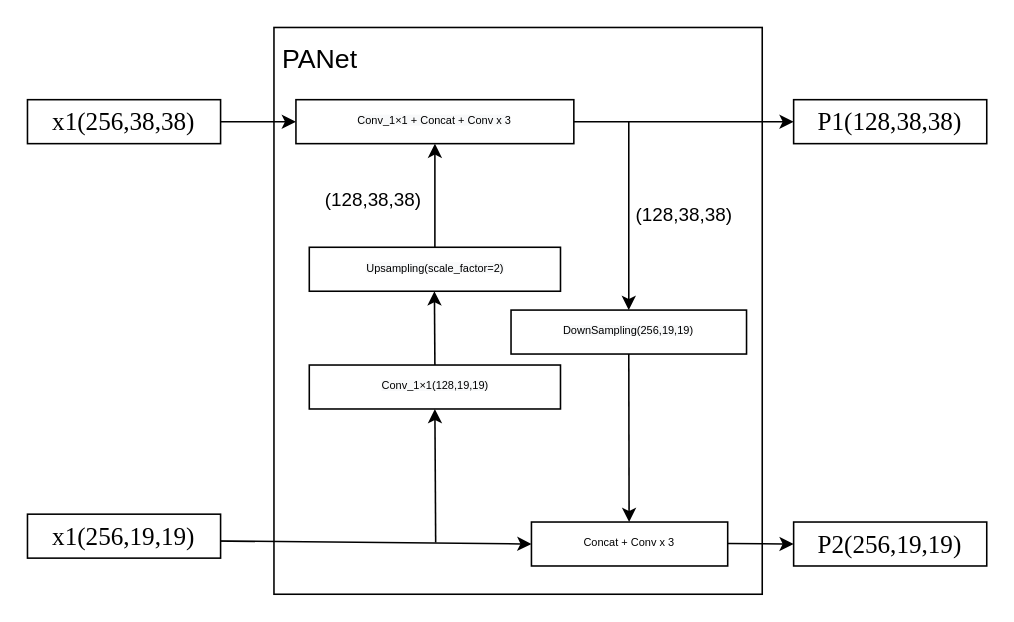
This is pan详细.drawio from zjie134/blog_pic, a draw.io file, before an edit. Source tidied: cells renumbered, new cells numbered last; positions are measured from the earlier drawing's top-left corner, leaving out a move shared by most shapes. Both pictures are drawn from the tidied source at 157%, with x=0, y=0 at pixel (27, 27).
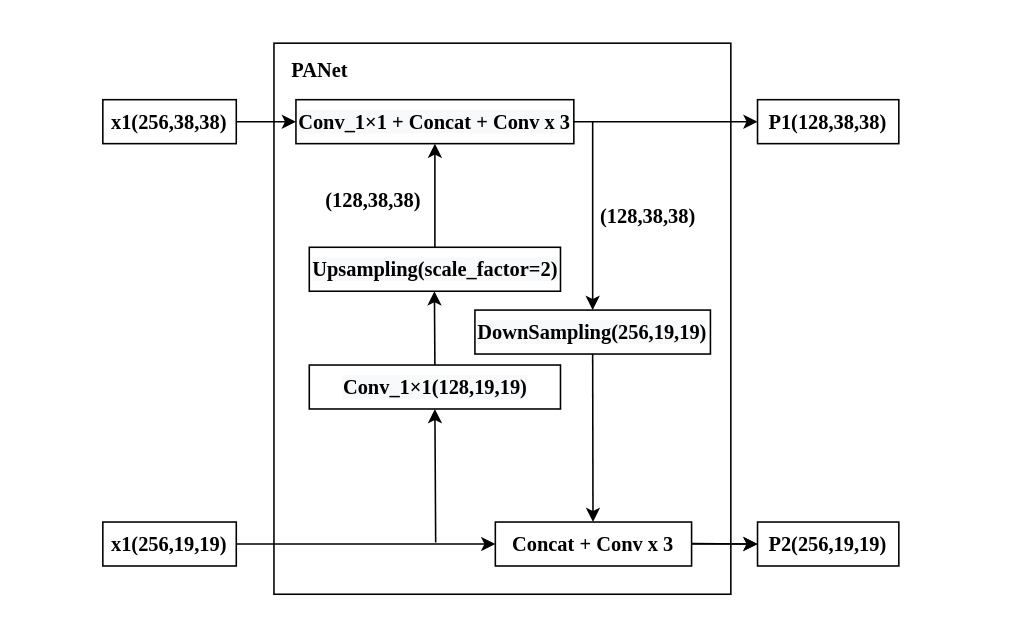
Above is the later version.

What changed in the source:
```diff
@@
-    <mxCell id="2" style="rounded=0;whiteSpace=wrap;html=1;strokeWidth=1;fontSize=7;" parent="1" vertex="1">
-      <mxGeometry x="157" width="311" height="361" as="geometry" />
+    <mxCell id="2" style="rounded=0;whiteSpace=wrap;html=1;strokeWidth=1;fontSize=13;fontFamily=Times New Roman;fontStyle=1;" parent="1" vertex="1">
+      <mxGeometry x="157" y="10" width="291" height="351" as="geometry" />
     </mxCell>
+    <mxCell id="24" style="edgeStyle=orthogonalEdgeStyle;rounded=0;jettySize=auto;html=1;fontFamily=Times New Roman;fontSize=13;" parent="1" edge="1" source="3" target="23">
+      <mxGeometry relative="1" as="geometry" />
+    </mxCell>
-    <mxCell id="3" value="&lt;font face=&quot;helvetica&quot;&gt;Concat + Conv x 3&lt;/font&gt;" style="rounded=0;whiteSpace=wrap;html=1;strokeWidth=1;fontSize=7;" parent="1" vertex="1">
-      <mxGeometry x="321" y="315" width="125" height="28" as="geometry" />
+    <mxCell id="3" value="&lt;font style=&quot;font-size: 13px;&quot;&gt;Concat + Conv x 3&lt;/font&gt;" style="rounded=0;whiteSpace=wrap;html=1;strokeWidth=1;fontSize=13;fontFamily=Times New Roman;fontStyle=1;" parent="1" vertex="1">
+      <mxGeometry x="298" y="315" width="125" height="28" as="geometry" />
     </mxCell>
-    <mxCell id="4" style="endArrow=classic;html=1;fontSize=7;entryX=0;entryY=0.5;entryDx=0;entryDy=0;exitX=1;exitY=0.5;exitDx=0;exitDy=0;" parent="1" edge="1" source="8" target="19">
+    <mxCell id="4" style="endArrow=classic;html=1;fontSize=13;entryX=0;entryY=0.5;entryDx=0;entryDy=0;exitX=1;exitY=0.5;exitDx=0;exitDy=0;fontFamily=Times New Roman;fontStyle=1;" parent="1" edge="1" source="8" target="19">
       <mxGeometry relative="1" as="geometry" />
     </mxCell>
-    <mxCell id="5" value="&lt;font style=&quot;font-size: 17px&quot;&gt;PANet&lt;/font&gt;" style="text;html=1;align=center;verticalAlign=middle;fillColor=none;strokeColor=none;rounded=0;fontSize=7;" parent="1" vertex="1">
-      <mxGeometry x="157" y="14" width="58" height="14" as="geometry" />
+    <mxCell id="5" value="&lt;font style=&quot;font-size: 13px;&quot;&gt;PANet&lt;/font&gt;" style="text;html=1;align=center;verticalAlign=middle;fillColor=none;strokeColor=none;rounded=0;fontSize=13;fontFamily=Times New Roman;fontStyle=1;" parent="1" vertex="1">
+      <mxGeometry x="161" y="17" width="50" height="20" as="geometry" />
     </mxCell>
-    <mxCell id="6" style="endArrow=classic;html=1;fontSize=7;entryX=0.5;entryY=1;entryDx=0;entryDy=0;" parent="1" edge="1" target="21">
+    <mxCell id="6" style="endArrow=classic;html=1;fontSize=13;entryX=0.5;entryY=1;entryDx=0;entryDy=0;fontFamily=Times New Roman;fontStyle=1;" parent="1" edge="1" target="21">
       <mxGeometry relative="1" as="geometry">
         <mxPoint x="260" y="328" as="sourcePoint" />
       </mxGeometry>
     </mxCell>
-    <mxCell id="7" value="&lt;span style=&quot;color: rgb(0 , 0 , 0) ; font-family: &amp;#34;helvetica&amp;#34; ; font-style: normal ; font-weight: 400 ; letter-spacing: normal ; text-align: center ; text-indent: 0px ; text-transform: none ; word-spacing: 0px ; background-color: rgb(248 , 249 , 250) ; display: inline ; float: none ; font-size: 7px&quot;&gt;&lt;font style=&quot;font-size: 7px&quot;&gt;Upsampling(scale_factor=2)&lt;/font&gt;&lt;/span&gt;" style="rounded=0;whiteSpace=wrap;html=1;strokeWidth=1;fontSize=7;" parent="1" vertex="1">
+    <mxCell id="7" value="&lt;span style=&quot;color: rgb(0, 0, 0); font-style: normal; letter-spacing: normal; text-align: center; text-indent: 0px; text-transform: none; word-spacing: 0px; background-color: rgb(248, 249, 250); display: inline; float: none; font-size: 13px;&quot;&gt;&lt;font style=&quot;font-size: 13px;&quot;&gt;Upsampling(scale_factor=2)&lt;/font&gt;&lt;/span&gt;" style="rounded=0;whiteSpace=wrap;html=1;strokeWidth=1;fontSize=13;fontFamily=Times New Roman;fontStyle=1;" parent="1" vertex="1">
       <mxGeometry x="179.5" y="140" width="160" height="28" as="geometry" />
     </mxCell>
-    <mxCell id="8" value="&lt;span style=&quot;color: rgb(0 , 0 , 0) ; font-family: &amp;#34;helvetica&amp;#34; ; font-style: normal ; font-weight: 400 ; letter-spacing: normal ; text-align: center ; text-indent: 0px ; text-transform: none ; word-spacing: 0px ; background-color: rgb(248 , 249 , 250) ; display: inline ; float: none ; font-size: 7px&quot;&gt;&lt;font style=&quot;font-size: 7px&quot;&gt;Conv_1×1 + Concat + Conv x 3&lt;/font&gt;&lt;/span&gt;" style="rounded=0;whiteSpace=wrap;html=1;strokeWidth=1;fontSize=7;" parent="1" vertex="1">
+    <mxCell id="8" value="&lt;span style=&quot;color: rgb(0, 0, 0); font-style: normal; letter-spacing: normal; text-align: center; text-indent: 0px; text-transform: none; word-spacing: 0px; background-color: rgb(248, 249, 250); display: inline; float: none; font-size: 13px;&quot;&gt;&lt;font style=&quot;font-size: 13px;&quot;&gt;Conv_1×1 + Concat + Conv x 3&lt;/font&gt;&lt;/span&gt;" style="rounded=0;whiteSpace=wrap;html=1;strokeWidth=1;fontSize=13;fontFamily=Times New Roman;fontStyle=1;" parent="1" vertex="1">
       <mxGeometry x="171" y="46" width="177" height="28" as="geometry" />
     </mxCell>
-    <mxCell id="9" value="&lt;span style=&quot;color: rgb(0 , 0 , 0) ; font-family: &amp;#34;helvetica&amp;#34; ; font-style: normal ; font-weight: 400 ; letter-spacing: normal ; text-align: center ; text-indent: 0px ; text-transform: none ; word-spacing: 0px ; background-color: rgb(248 , 249 , 250) ; display: inline ; float: none ; font-size: 7px&quot;&gt;&lt;font style=&quot;font-size: 7px&quot;&gt;DownSampling(256,19,19)&lt;/font&gt;&lt;/span&gt;" style="rounded=0;whiteSpace=wrap;html=1;strokeWidth=1;fontSize=7;" parent="1" vertex="1">
-      <mxGeometry x="308" y="180" width="150" height="28" as="geometry" />
+    <mxCell id="9" value="&lt;span style=&quot;color: rgb(0, 0, 0); font-style: normal; letter-spacing: normal; text-align: center; text-indent: 0px; text-transform: none; word-spacing: 0px; background-color: rgb(248, 249, 250); display: inline; float: none; font-size: 13px;&quot;&gt;&lt;font style=&quot;font-size: 13px;&quot;&gt;DownSampling(256,19,19)&lt;/font&gt;&lt;/span&gt;" style="rounded=0;whiteSpace=wrap;html=1;strokeWidth=1;fontSize=13;fontFamily=Times New Roman;fontStyle=1;" parent="1" vertex="1">
+      <mxGeometry x="285" y="180" width="150" height="28" as="geometry" />
     </mxCell>
-    <mxCell id="10" style="endArrow=classic;html=1;entryX=0.5;entryY=0;entryDx=0;entryDy=0;" parent="1" edge="1" target="9">
+    <mxCell id="10" style="endArrow=classic;html=1;entryX=0.5;entryY=0;entryDx=0;entryDy=0;fontFamily=Times New Roman;fontSize=13;fontStyle=1;" parent="1" edge="1" target="9">
       <mxGeometry relative="1" as="geometry">
-        <mxPoint x="383" y="60" as="sourcePoint" />
+        <mxPoint x="360" y="60" as="sourcePoint" />
       </mxGeometry>
     </mxCell>
-    <mxCell id="11" style="endArrow=classic;html=1;" parent="1" edge="1">
+    <mxCell id="11" style="endArrow=classic;html=1;fontFamily=Times New Roman;fontSize=13;fontStyle=1;" parent="1" edge="1">
       <mxGeometry relative="1" as="geometry">
-        <mxPoint x="446" y="328.7" as="sourcePoint" />
-        <mxPoint x="488" y="329" as="targetPoint" />
+        <mxPoint x="423" y="328.7" as="sourcePoint" />
+        <mxPoint x="465" y="329" as="targetPoint" />
       </mxGeometry>
     </mxCell>
-    <mxCell id="12" style="endArrow=classic;html=1;fontSize=14;entryX=0.5;entryY=1;entryDx=0;entryDy=0;exitX=0.5;exitY=0;exitDx=0;exitDy=0;" parent="1" edge="1" source="7" target="8">
+    <mxCell id="12" style="endArrow=classic;html=1;fontSize=13;entryX=0.5;entryY=1;entryDx=0;entryDy=0;exitX=0.5;exitY=0;exitDx=0;exitDy=0;fontFamily=Times New Roman;fontStyle=1;" parent="1" edge="1" source="7" target="8">
       <mxGeometry relative="1" as="geometry" />
     </mxCell>
-    <mxCell id="13" style="endArrow=classic;html=1;fontSize=14;exitX=0.5;exitY=1;exitDx=0;exitDy=0;" parent="1" edge="1" source="9">
+    <mxCell id="13" style="endArrow=classic;html=1;fontSize=13;exitX=0.5;exitY=1;exitDx=0;exitDy=0;fontFamily=Times New Roman;fontStyle=1;" parent="1" edge="1" source="9">
       <mxGeometry relative="1" as="geometry">
-        <mxPoint x="383.2" y="315" as="targetPoint" />
+        <mxPoint x="360.2" y="315" as="targetPoint" />
       </mxGeometry>
     </mxCell>
-    <mxCell id="14" value="(128,38,38)" style="text;html=1;align=center;verticalAlign=middle;fillColor=none;strokeColor=none;rounded=0;" parent="1" vertex="1">
+    <mxCell id="14" value="(128,38,38)" style="text;html=1;align=center;verticalAlign=middle;fillColor=none;strokeColor=none;rounded=0;fontFamily=Times New Roman;fontSize=13;fontStyle=1;" parent="1" vertex="1">
       <mxGeometry x="179.5" y="100" width="80" height="20" as="geometry" />
     </mxCell>
-    <mxCell id="15" value="(128,38,38)" style="text;html=1;align=center;verticalAlign=middle;fillColor=none;strokeColor=none;rounded=0;" parent="1" vertex="1">
-      <mxGeometry x="378" y="110" width="80" height="20" as="geometry" />
+    <mxCell id="15" value="(128,38,38)" style="text;html=1;align=center;verticalAlign=middle;fillColor=none;strokeColor=none;rounded=0;fontFamily=Times New Roman;fontSize=13;fontStyle=1;" parent="1" vertex="1">
+      <mxGeometry x="355" y="110" width="80" height="20" as="geometry" />
     </mxCell>
-    <mxCell id="16" style="endArrow=classic;html=1;entryX=0;entryY=0.5;entryDx=0;entryDy=0;exitX=1;exitY=0.5;exitDx=0;exitDy=0;" parent="1" edge="1" target="3">
-      <mxGeometry relative="1" as="geometry">
-        <mxPoint x="113" y="327" as="sourcePoint" />
-      </mxGeometry>
+    <mxCell id="16" style="endArrow=classic;html=1;entryX=0;entryY=0.5;entryDx=0;entryDy=0;exitX=1;exitY=0.5;exitDx=0;exitDy=0;fontFamily=Times New Roman;fontSize=13;fontStyle=1;" parent="1" edge="1" source="18" target="3">
+      <mxGeometry relative="1" as="geometry" />
     </mxCell>
-    <mxCell id="17" value="&lt;span style=&quot;font-family: &amp;#34;times new roman&amp;#34; ; font-size: 16px&quot;&gt;x1(256,38,38)&lt;/span&gt;" style="rounded=0;whiteSpace=wrap;html=1;strokeWidth=1;fontSize=7;" parent="1" vertex="1">
-      <mxGeometry y="46" width="123" height="28" as="geometry" />
+    <mxCell id="17" value="&lt;span style=&quot;font-size: 13px;&quot;&gt;x1(256,38,38)&lt;/span&gt;" style="rounded=0;whiteSpace=wrap;html=1;strokeWidth=1;fontSize=13;fontFamily=Times New Roman;fontStyle=1;" parent="1" vertex="1">
+      <mxGeometry x="48" y="46" width="85" height="28" as="geometry" />
     </mxCell>
-    <mxCell id="18" value="&lt;span style=&quot;font-family: &amp;#34;times new roman&amp;#34; ; font-size: 16px&quot;&gt;x1(256,19,19)&lt;/span&gt;" style="rounded=0;whiteSpace=wrap;html=1;strokeWidth=1;fontSize=7;" parent="1" vertex="1">
-      <mxGeometry y="310" width="123" height="28" as="geometry" />
+    <mxCell id="18" value="&lt;span style=&quot;font-size: 13px;&quot;&gt;x1(256,19,19)&lt;/span&gt;" style="rounded=0;whiteSpace=wrap;html=1;strokeWidth=1;fontSize=13;fontFamily=Times New Roman;fontStyle=1;" parent="1" vertex="1">
+      <mxGeometry x="48" y="315" width="85" height="28" as="geometry" />
     </mxCell>
-    <mxCell id="19" value="&lt;span style=&quot;font-family: &amp;#34;times new roman&amp;#34; ; font-size: 16px&quot;&gt;P1(128,38,38)&lt;/span&gt;" style="rounded=0;whiteSpace=wrap;html=1;strokeWidth=1;fontSize=7;" parent="1" vertex="1">
-      <mxGeometry x="488" y="46" width="123" height="28" as="geometry" />
+    <mxCell id="19" value="&lt;span style=&quot;font-size: 13px;&quot;&gt;P1(128,38,38)&lt;/span&gt;" style="rounded=0;whiteSpace=wrap;html=1;strokeWidth=1;fontSize=13;fontFamily=Times New Roman;fontStyle=1;" parent="1" vertex="1">
+      <mxGeometry x="465" y="46" width="90" height="28" as="geometry" />
     </mxCell>
-    <mxCell id="20" style="endArrow=classic;html=1;exitX=1;exitY=0.5;exitDx=0;exitDy=0;" parent="1" edge="1" source="17" target="8">
+    <mxCell id="20" style="endArrow=classic;html=1;exitX=1;exitY=0.5;exitDx=0;exitDy=0;fontFamily=Times New Roman;fontSize=13;fontStyle=1;" parent="1" edge="1" source="17" target="8">
       <mxGeometry relative="1" as="geometry" />
     </mxCell>
-    <mxCell id="21" value="&lt;span style=&quot;color: rgb(0 , 0 , 0) ; font-family: &amp;#34;helvetica&amp;#34; ; font-style: normal ; font-weight: 400 ; letter-spacing: normal ; text-align: center ; text-indent: 0px ; text-transform: none ; word-spacing: 0px ; background-color: rgb(248 , 249 , 250) ; display: inline ; float: none ; font-size: 7px&quot;&gt;&lt;font style=&quot;font-size: 7px&quot;&gt;Conv_1×1(128,19,19)&lt;/font&gt;&lt;/span&gt;" style="rounded=0;whiteSpace=wrap;html=1;strokeWidth=1;fontSize=7;" parent="1" vertex="1">
+    <mxCell id="21" value="&lt;span style=&quot;color: rgb(0, 0, 0); font-style: normal; letter-spacing: normal; text-align: center; text-indent: 0px; text-transform: none; word-spacing: 0px; background-color: rgb(248, 249, 250); display: inline; float: none; font-size: 13px;&quot;&gt;&lt;font style=&quot;font-size: 13px;&quot;&gt;Conv_1×1(128,19,19)&lt;/font&gt;&lt;/span&gt;" style="rounded=0;whiteSpace=wrap;html=1;strokeWidth=1;fontSize=13;fontFamily=Times New Roman;fontStyle=1;" parent="1" vertex="1">
       <mxGeometry x="179.5" y="215" width="160" height="28" as="geometry" />
     </mxCell>
-    <mxCell id="22" style="endArrow=classic;html=1;exitX=0.5;exitY=0;exitDx=0;exitDy=0;" parent="1" edge="1" source="21">
+    <mxCell id="22" style="endArrow=classic;html=1;exitX=0.5;exitY=0;exitDx=0;exitDy=0;fontFamily=Times New Roman;fontSize=13;fontStyle=1;" parent="1" edge="1" source="21">
       <mxGeometry relative="1" as="geometry">
         <mxPoint x="259.2" y="168" as="targetPoint" />
       </mxGeometry>
     </mxCell>
-    <mxCell id="23" value="&lt;span style=&quot;font-family: &amp;#34;times new roman&amp;#34; ; font-size: 16px&quot;&gt;P2(256,19,19)&lt;/span&gt;" style="rounded=0;whiteSpace=wrap;html=1;strokeWidth=1;fontSize=7;" parent="1" vertex="1">
-      <mxGeometry x="488" y="315" width="123" height="28" as="geometry" />
+    <mxCell id="23" value="&lt;span style=&quot;font-size: 13px;&quot;&gt;P2(256,19,19)&lt;/span&gt;" style="rounded=0;whiteSpace=wrap;html=1;strokeWidth=1;fontSize=13;fontFamily=Times New Roman;fontStyle=1;" parent="1" vertex="1">
+      <mxGeometry x="465" y="315" width="90" height="28" as="geometry" />
     </mxCell>
```
